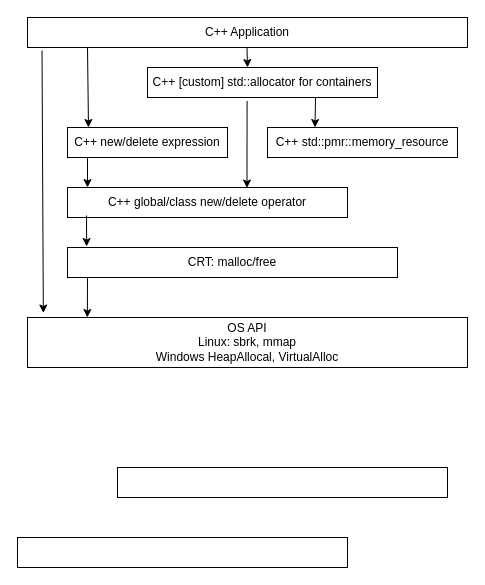
Before: 未命名绘图.drawio in prim/git, a draw.io diagram. Source tidied: cells renumbered, new cells numbered last; positions are measured from the earlier drawing's top-left corner, leaving out a move shared by most shapes. Both pictures are drawn from the tidied source at 100%, with x=0, y=0 at pixel (17, 17).
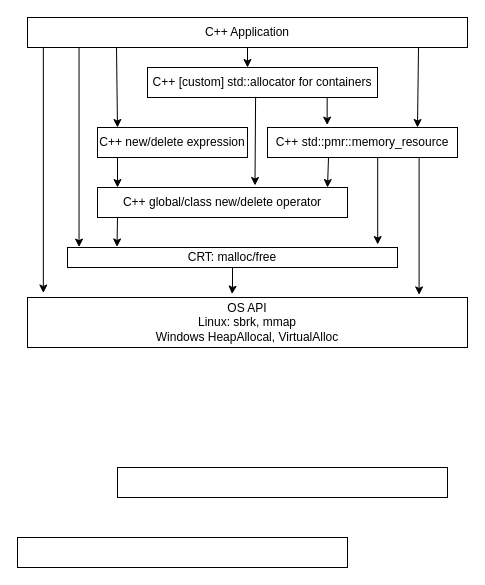
After the change.

Unchanged cells that the change refers to:
```xml
<mxCell id="2" value="C++ Application" style="rounded=0;whiteSpace=wrap;html=1;" parent="1" vertex="1">
  <mxGeometry x="10" width="440" height="30" as="geometry" />
</mxCell>
<mxCell id="5" value="C++ [custom] std::allocator for containers" style="rounded=0;whiteSpace=wrap;html=1;" parent="1" vertex="1">
  <mxGeometry x="130" y="50" width="230" height="30" as="geometry" />
</mxCell>
<mxCell id="7" value="C++ std::pmr::memory_resource" style="rounded=0;whiteSpace=wrap;html=1;" parent="1" vertex="1">
  <mxGeometry x="250" y="110" width="190" height="30" as="geometry" />
</mxCell>
```

What changed in the source:
```diff
@@
+    <mxCell id="19" style="edgeStyle=orthogonalEdgeStyle;rounded=0;jettySize=auto;html=1;entryX=0.035;entryY=-0.02;entryDx=0;entryDy=0;entryPerimeter=0;" parent="1" edge="1" source="2" target="9">
+      <mxGeometry relative="1" as="geometry">
+        <Array as="points">
+          <mxPoint x="70" y="30" />
+          <mxPoint x="70" y="30" />
+        </Array>
+      </mxGeometry>
+    </mxCell>
+    <mxCell id="20" style="edgeStyle=orthogonalEdgeStyle;rounded=0;jettySize=auto;html=1;entryX=0.435;entryY=0;entryDx=0;entryDy=0;entryPerimeter=0;" parent="1" edge="1" source="2" target="5">
+      <mxGeometry relative="1" as="geometry" />
+    </mxCell>
@@
-    <mxCell id="4" style="endArrow=classic;html=1;rounded=0;entryX=0.036;entryY=-0.09;entryDx=0;entryDy=0;entryPerimeter=0;exitX=0.033;exitY=1.1;exitDx=0;exitDy=0;exitPerimeter=0;" parent="1" edge="1" source="2" target="11">
+    <mxCell id="4" style="endArrow=classic;html=1;rounded=0;entryX=0.036;entryY=-0.09;entryDx=0;entryDy=0;entryPerimeter=0;exitX=0.036;exitY=0.98;exitDx=0;exitDy=0;exitPerimeter=0;" parent="1" edge="1" source="2" target="11">
       <mxGeometry relative="1" as="geometry" />
     </mxCell>
+    <mxCell id="21" style="edgeStyle=orthogonalEdgeStyle;rounded=0;jettySize=auto;html=1;entryX=0.314;entryY=-0.081;entryDx=0;entryDy=0;entryPerimeter=0;" parent="1" edge="1" source="5" target="7">
+      <mxGeometry relative="1" as="geometry">
+        <Array as="points">
+          <mxPoint x="310" y="80" />
+          <mxPoint x="310" y="80" />
+        </Array>
+      </mxGeometry>
+    </mxCell>
@@
+    <mxCell id="22" style="edgeStyle=orthogonalEdgeStyle;rounded=0;jettySize=auto;html=1;entryX=0.89;entryY=-0.052;entryDx=0;entryDy=0;entryPerimeter=0;" parent="1" edge="1" source="7" target="11">
+      <mxGeometry relative="1" as="geometry">
+        <Array as="points">
+          <mxPoint x="402" y="140" />
+          <mxPoint x="402" y="140" />
+        </Array>
+      </mxGeometry>
+    </mxCell>
+    <mxCell id="23" style="edgeStyle=orthogonalEdgeStyle;rounded=0;jettySize=auto;html=1;entryX=0.94;entryY=-0.15;entryDx=0;entryDy=0;entryPerimeter=0;" parent="1" edge="1" source="7" target="9">
+      <mxGeometry relative="1" as="geometry">
+        <Array as="points">
+          <mxPoint x="370" y="140" />
+          <mxPoint x="370" y="140" />
+        </Array>
+      </mxGeometry>
+    </mxCell>
@@
     <mxCell id="8" value="C++ new/delete expression" style="rounded=0;whiteSpace=wrap;html=1;" parent="1" vertex="1">
-      <mxGeometry x="50" y="110" width="160" height="30" as="geometry" />
+      <mxGeometry x="80" y="110" width="150" height="30" as="geometry" />
     </mxCell>
+    <mxCell id="24" style="edgeStyle=orthogonalEdgeStyle;rounded=0;jettySize=auto;html=1;entryX=0.465;entryY=-0.068;entryDx=0;entryDy=0;entryPerimeter=0;" parent="1" edge="1" source="9" target="11">
+      <mxGeometry relative="1" as="geometry" />
+    </mxCell>
     <mxCell id="9" value="CRT: malloc/free" style="rounded=0;whiteSpace=wrap;html=1;" parent="1" vertex="1">
-      <mxGeometry x="50" y="230" width="330" height="30" as="geometry" />
+      <mxGeometry x="50" y="230" width="330" height="20" as="geometry" />
     </mxCell>
     <mxCell id="10" value="C++ global/class new/delete operator" style="rounded=0;whiteSpace=wrap;html=1;" parent="1" vertex="1">
-      <mxGeometry x="50" y="170" width="280" height="30" as="geometry" />
+      <mxGeometry x="80" y="170" width="250" height="30" as="geometry" />
     </mxCell>
     <mxCell id="11" value="OS API&lt;br&gt;Linux: sbrk, mmap&lt;br&gt;Windows HeapAllocal, VirtualAlloc" style="rounded=0;whiteSpace=wrap;html=1;" parent="1" vertex="1">
-      <mxGeometry x="10" y="300" width="440" height="50" as="geometry" />
+      <mxGeometry x="10" y="280" width="440" height="50" as="geometry" />
     </mxCell>
     <mxCell id="12" style="endArrow=classic;html=1;rounded=0;exitX=0.033;exitY=1.1;exitDx=0;exitDy=0;exitPerimeter=0;" parent="1" edge="1">
       <mxGeometry relative="1" as="geometry">
-        <mxPoint x="70" y="30" as="sourcePoint" />
-        <mxPoint x="71" y="110" as="targetPoint" />
+        <mxPoint x="99" y="30" as="sourcePoint" />
+        <mxPoint x="100" y="110" as="targetPoint" />
       </mxGeometry>
     </mxCell>
     <mxCell id="13" style="endArrow=classic;html=1;rounded=0;exitX=0.033;exitY=1.1;exitDx=0;exitDy=0;exitPerimeter=0;" parent="1" edge="1">
       <mxGeometry relative="1" as="geometry">
-        <mxPoint x="70" y="140" as="sourcePoint" />
-        <mxPoint x="70" y="170" as="targetPoint" />
+        <mxPoint x="100" y="140" as="sourcePoint" />
+        <mxPoint x="100" y="170" as="targetPoint" />
       </mxGeometry>
     </mxCell>
-    <mxCell id="14" style="endArrow=classic;html=1;rounded=0;entryX=0.058;entryY=-0.033;entryDx=0;entryDy=0;entryPerimeter=0;exitX=0.068;exitY=0.933;exitDx=0;exitDy=0;exitPerimeter=0;" parent="1" edge="1" source="10" target="9">
-      <mxGeometry relative="1" as="geometry" />
+    <mxCell id="14" style="endArrow=classic;html=1;rounded=0;entryX=0.15;entryY=-0.027;entryDx=0;entryDy=0;entryPerimeter=0;" parent="1" edge="1" target="9">
+      <mxGeometry relative="1" as="geometry">
+        <mxPoint x="100" y="200" as="sourcePoint" />
+      </mxGeometry>
     </mxCell>
-    <mxCell id="15" style="endArrow=classic;html=1;rounded=0;entryX=0.136;entryY=0;entryDx=0;entryDy=0;entryPerimeter=0;exitX=0.068;exitY=0.933;exitDx=0;exitDy=0;exitPerimeter=0;" parent="1" edge="1" target="11">
-      <mxGeometry relative="1" as="geometry">
-        <mxPoint x="70" y="260" as="sourcePoint" />
-      </mxGeometry>
-    </mxCell>
-    <mxCell id="16" style="endArrow=classic;html=1;rounded=0;exitX=0.433;exitY=1.117;exitDx=0;exitDy=0;exitPerimeter=0;entryX=0.641;entryY=0.017;entryDx=0;entryDy=0;entryPerimeter=0;" parent="1" edge="1" source="5" target="10">
+    <mxCell id="16" style="endArrow=classic;html=1;rounded=0;exitX=0.47;exitY=0.98;exitDx=0;exitDy=0;exitPerimeter=0;entryX=0.63;entryY=-0.067;entryDx=0;entryDy=0;entryPerimeter=0;" parent="1" edge="1" source="5" target="10">
       <mxGeometry relative="1" as="geometry" />
     </mxCell>
-    <mxCell id="17" style="endArrow=classic;html=1;rounded=0;exitX=0.033;exitY=1.1;exitDx=0;exitDy=0;exitPerimeter=0;" parent="1" edge="1">
-      <mxGeometry relative="1" as="geometry">
-        <mxPoint x="229.5" y="30" as="sourcePoint" />
-        <mxPoint x="230" y="50" as="targetPoint" />
-      </mxGeometry>
-    </mxCell>
-    <mxCell id="18" style="endArrow=classic;html=1;rounded=0;entryX=0.25;entryY=0;entryDx=0;entryDy=0;" parent="1" edge="1" target="7">
-      <mxGeometry relative="1" as="geometry">
-        <mxPoint x="298" y="80" as="sourcePoint" />
-      </mxGeometry>
-    </mxCell>
+    <mxCell id="25" style="endArrow=classic;html=1;rounded=0;exitX=0.433;exitY=1.117;exitDx=0;exitDy=0;exitPerimeter=0;" parent="1" edge="1">
+      <mxGeometry relative="1" as="geometry">
+        <mxPoint x="401" y="30" as="sourcePoint" />
+        <mxPoint x="400" y="110" as="targetPoint" />
+      </mxGeometry>
+    </mxCell>
+    <mxCell id="26" style="endArrow=classic;html=1;rounded=0;exitX=0.433;exitY=1.117;exitDx=0;exitDy=0;exitPerimeter=0;" parent="1" edge="1">
+      <mxGeometry relative="1" as="geometry">
+        <mxPoint x="311" y="140" as="sourcePoint" />
+        <mxPoint x="310" y="170" as="targetPoint" />
+      </mxGeometry>
+    </mxCell>
```
